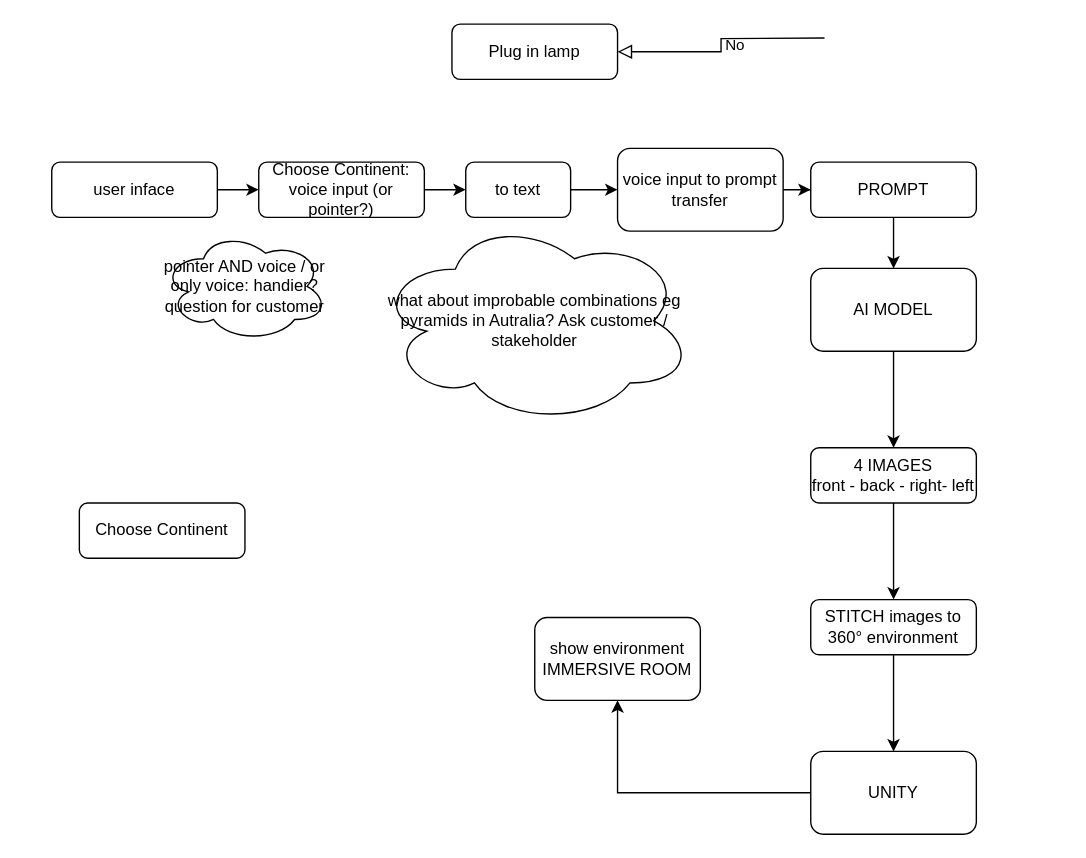
This is Untitled Diagram.drawio from IsabelleDesle/VirtualGlobeTrotter, a draw.io file, before an edit. Source tidied: cells renumbered, new cells numbered last; positions are measured from the earlier drawing's top-left corner, leaving out a move shared by most shapes. Both pictures are drawn from the tidied source at 138%, with x=0, y=0 at pixel (51, 23).
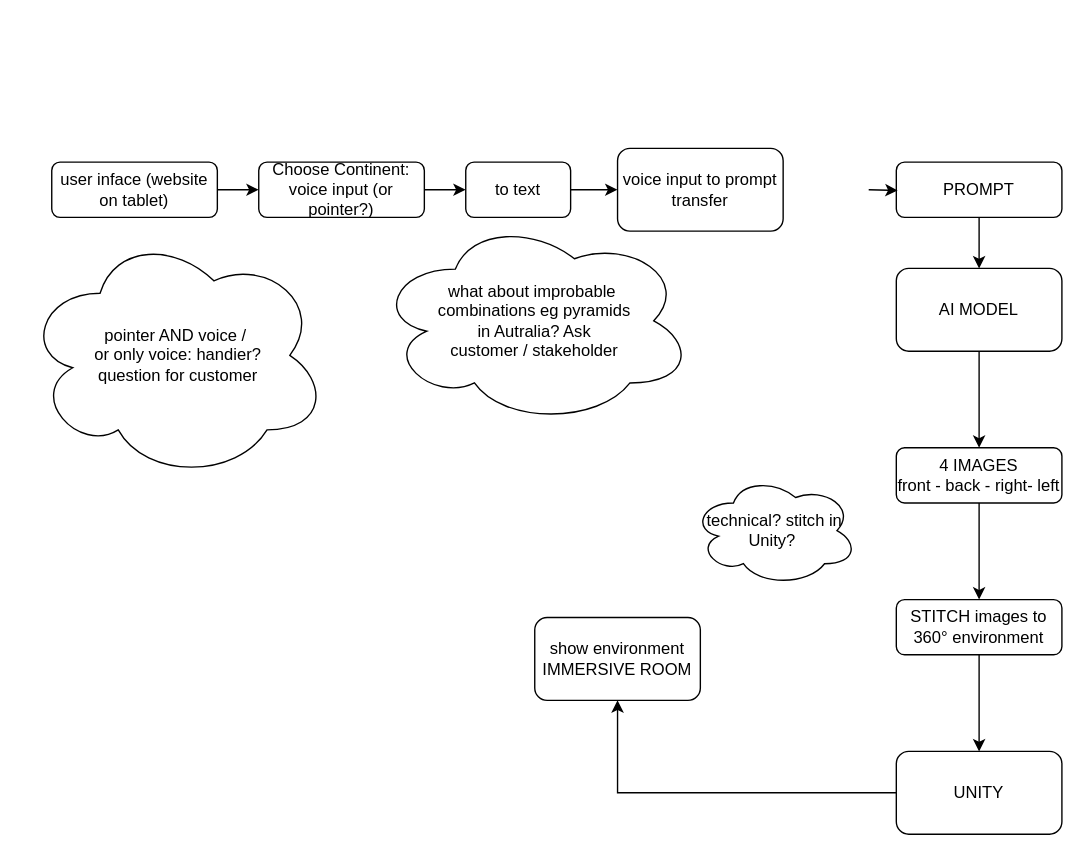
Above is the later version.

The change refers to these unchanged cells:
```xml
<mxCell id="20" value="voice input to prompt transfer" style="whiteSpace=wrap;html=1;rounded=1;glass=0;strokeWidth=1;shadow=0;" parent="1" vertex="1">
  <mxGeometry x="410" y="90" width="120" height="60" as="geometry" />
</mxCell>
```

Change to the diagram source:
```diff
@@
-    <mxCell id="2" value="user inface" style="rounded=1;whiteSpace=wrap;html=1;fontSize=12;glass=0;strokeWidth=1;shadow=0;" parent="1" vertex="1">
+    <mxCell id="2" value="user inface (website on tablet)" style="rounded=1;whiteSpace=wrap;html=1;fontSize=12;glass=0;strokeWidth=1;shadow=0;" parent="1" vertex="1">
       <mxGeometry y="100" width="120" height="40" as="geometry" />
     </mxCell>
-    <mxCell id="3" value="No" style="edgeStyle=orthogonalEdgeStyle;rounded=0;html=1;jettySize=auto;fontSize=11;endArrow=block;endFill=0;endSize=8;strokeWidth=1;shadow=0;labelBackgroundColor=none;" parent="1" edge="1" target="4">
-      <mxGeometry y="10" relative="1" as="geometry">
-        <mxPoint x="560" y="10" as="sourcePoint" />
-      </mxGeometry>
-    </mxCell>
-    <mxCell id="4" value="Plug in lamp" style="rounded=1;whiteSpace=wrap;html=1;fontSize=12;glass=0;strokeWidth=1;shadow=0;" parent="1" vertex="1">
-      <mxGeometry x="290" width="120" height="40" as="geometry" />
-    </mxCell>
     <mxCell id="5" style="edgeStyle=orthogonalEdgeStyle;rounded=0;jettySize=auto;html=1;" parent="1" edge="1" source="6">
       <mxGeometry relative="1" as="geometry">
-        <mxPoint x="610" y="417" as="targetPoint" />
+        <mxPoint x="672" y="417" as="targetPoint" />
       </mxGeometry>
     </mxCell>
     <mxCell id="6" value="4 IMAGES&lt;div&gt;front - back - right- left&lt;/div&gt;" style="rounded=1;whiteSpace=wrap;html=1;fontSize=12;glass=0;strokeWidth=1;shadow=0;" parent="1" vertex="1">
-      <mxGeometry x="550" y="307" width="120" height="40" as="geometry" />
+      <mxGeometry x="612" y="307" width="120" height="40" as="geometry" />
     </mxCell>
@@
     <mxCell id="8" value="PROMPT" style="rounded=1;whiteSpace=wrap;html=1;fontSize=12;glass=0;strokeWidth=1;shadow=0;" parent="1" vertex="1">
-      <mxGeometry x="550" y="100" width="120" height="40" as="geometry" />
+      <mxGeometry x="612" y="100" width="120" height="40" as="geometry" />
     </mxCell>
@@
     <mxCell id="12" value="AI MODEL" style="whiteSpace=wrap;html=1;rounded=1;glass=0;strokeWidth=1;shadow=0;" parent="1" vertex="1">
-      <mxGeometry x="550" y="177" width="120" height="60" as="geometry" />
+      <mxGeometry x="612" y="177" width="120" height="60" as="geometry" />
     </mxCell>
@@
     <mxCell id="14" value="STITCH images to 360° environment" style="rounded=1;whiteSpace=wrap;html=1;fontSize=12;glass=0;strokeWidth=1;shadow=0;" parent="1" vertex="1">
-      <mxGeometry x="550" y="417" width="120" height="40" as="geometry" />
+      <mxGeometry x="612" y="417" width="120" height="40" as="geometry" />
     </mxCell>
@@
     <mxCell id="16" value="UNITY" style="whiteSpace=wrap;html=1;rounded=1;glass=0;strokeWidth=1;shadow=0;" parent="1" vertex="1">
-      <mxGeometry x="550" y="527" width="120" height="60" as="geometry" />
+      <mxGeometry x="612" y="527" width="120" height="60" as="geometry" />
     </mxCell>
@@
-    <mxCell id="19" style="edgeStyle=orthogonalEdgeStyle;rounded=0;jettySize=auto;html=1;" parent="1" edge="1" source="20" target="8">
-      <mxGeometry relative="1" as="geometry" />
+    <mxCell id="19" style="edgeStyle=orthogonalEdgeStyle;rounded=0;jettySize=auto;html=1;" parent="1" edge="1" target="8">
+      <mxGeometry relative="1" as="geometry">
+        <mxPoint x="592" y="120" as="sourcePoint" />
+      </mxGeometry>
     </mxCell>
@@
-    <mxCell id="21" value="Choose Continent" style="rounded=1;whiteSpace=wrap;html=1;fontSize=12;glass=0;strokeWidth=1;shadow=0;" parent="1" vertex="1">
-      <mxGeometry x="20" y="347" width="120" height="40" as="geometry" />
-    </mxCell>
@@
-    <mxCell id="24" value="what about improbable combinations eg pyramids in Autralia? Ask customer / stakeholder" style="ellipse;shape=cloud;whiteSpace=wrap;html=1;" parent="1" vertex="1">
+    <mxCell id="24" value="what about improbable&amp;nbsp;&lt;div&gt;combinations eg pyramids&lt;/div&gt;&lt;div&gt;&amp;nbsp;in Autralia? Ask&amp;nbsp;&lt;/div&gt;&lt;div&gt;customer / stakeholder&lt;/div&gt;" style="ellipse;shape=cloud;whiteSpace=wrap;html=1;" parent="1" vertex="1">
       <mxGeometry x="235" y="140" width="230" height="150" as="geometry" />
     </mxCell>
-    <mxCell id="25" value="pointer AND voice / or only voice: handier? question for customer" style="ellipse;shape=cloud;whiteSpace=wrap;html=1;" parent="1" vertex="1">
-      <mxGeometry x="80" y="150" width="120" height="80" as="geometry" />
+    <mxCell id="25" value="pointer AND voice /&lt;div&gt;&amp;nbsp;or only voice: handier?&lt;/div&gt;&lt;div&gt;&amp;nbsp;question for customer&lt;/div&gt;" style="ellipse;shape=cloud;whiteSpace=wrap;html=1;" parent="1" vertex="1">
+      <mxGeometry x="-20" y="150" width="220" height="180" as="geometry" />
     </mxCell>
+    <mxCell id="26" value="technical? stitch in Unity?&amp;nbsp;" style="ellipse;shape=cloud;whiteSpace=wrap;html=1;" parent="1" vertex="1">
+      <mxGeometry x="464" y="327" width="120" height="80" as="geometry" />
+    </mxCell>
```
